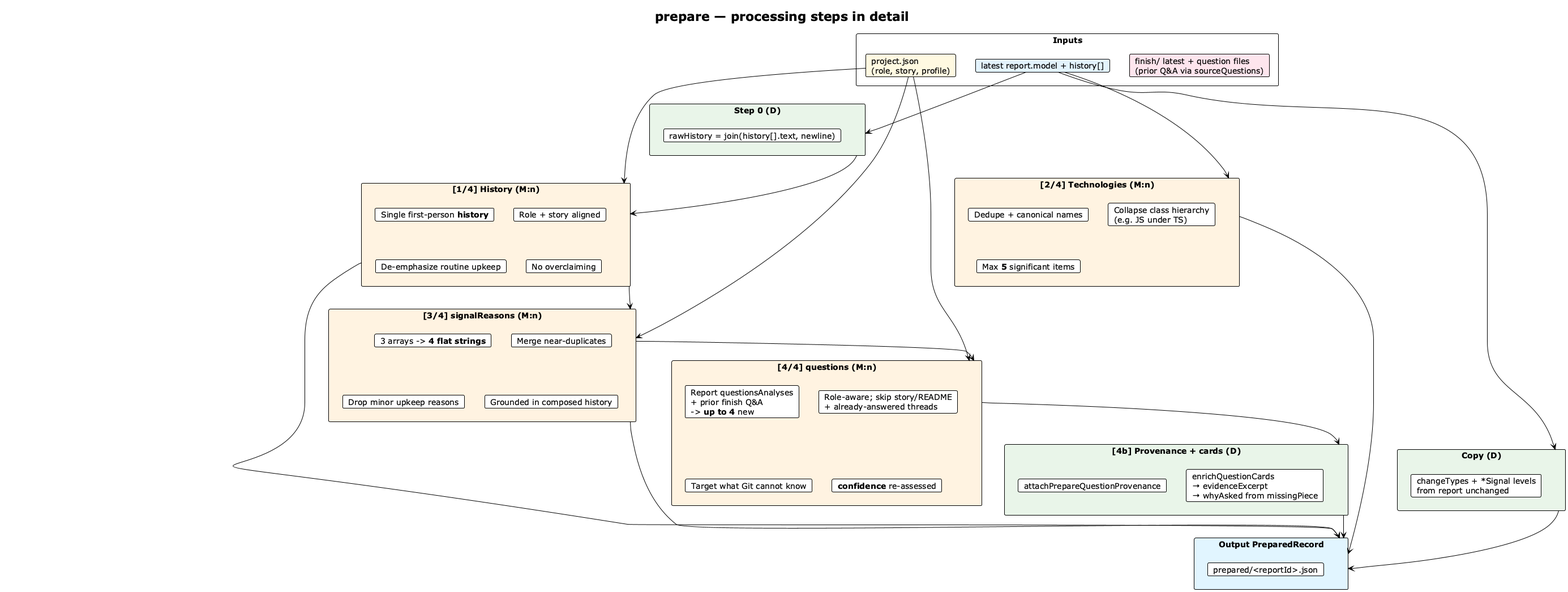
vzakharchenko/dev-workgraph keeps this PlantUML diagram as img/prepare-steps-detail.png. Above is the earlier version.
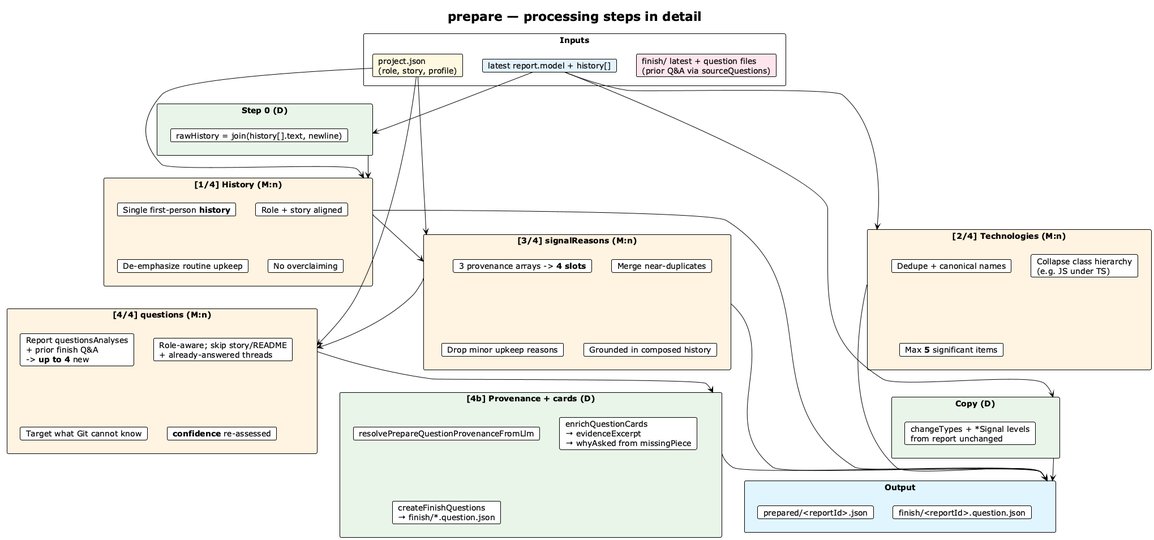
Later version of the same file.

Diff of the diagram source:
```diff
@@ -29,7 +29,7 @@
 }
 
 rectangle "**[3/4] signalReasons (M:n)**" as S3 #FFF3E0 {
-  card "3 arrays -> **4 flat strings**"
+  card "3 provenance arrays -> **4 slots**"
   card "Merge near-duplicates"
   card "Drop minor upkeep reasons"
   card "Grounded in composed history"
@@ -43,16 +43,18 @@
 }
 
 rectangle "**[4b] Provenance + cards (D)**" as S4B #E8F5E9 {
-  card "attachPrepareQuestionProvenance"
+  card "resolvePrepareQuestionProvenanceFromLlm"
   card "enrichQuestionCards\n→ evidenceExcerpt\n→ whyAsked from missingPiece"
+  card "createFinishQuestions\n→ finish/*.question.json"
 }
 
 rectangle "**Copy (D)**" as SC #E8F5E9 {
   card "changeTypes + *Signal levels\nfrom report unchanged"
 }
 
-rectangle "**Output PreparedRecord**" as OUT #E1F5FE {
+rectangle "**Output**" as OUT #E1F5FE {
   card "prepared/<reportId>.json"
+  card "finish/<reportId>.question.json"
 }
 
 PJ --> S1
```
